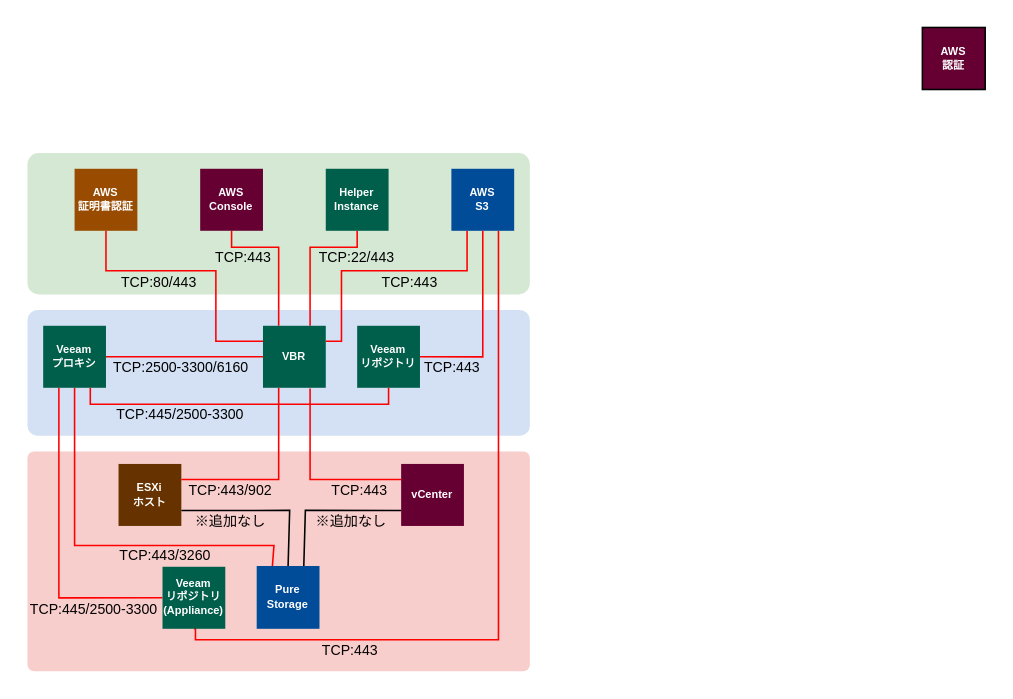
Earlier version of the draw.io diagram Veeam構成_20241112.drawio (reizo0901/drawio). Source tidied: cells renumbered, new cells numbered last; positions are measured from the earlier drawing's top-left corner, leaving out a move shared by most shapes. Both pictures are drawn from the tidied source at 157%, with x=0, y=0 at pixel (27, 27).
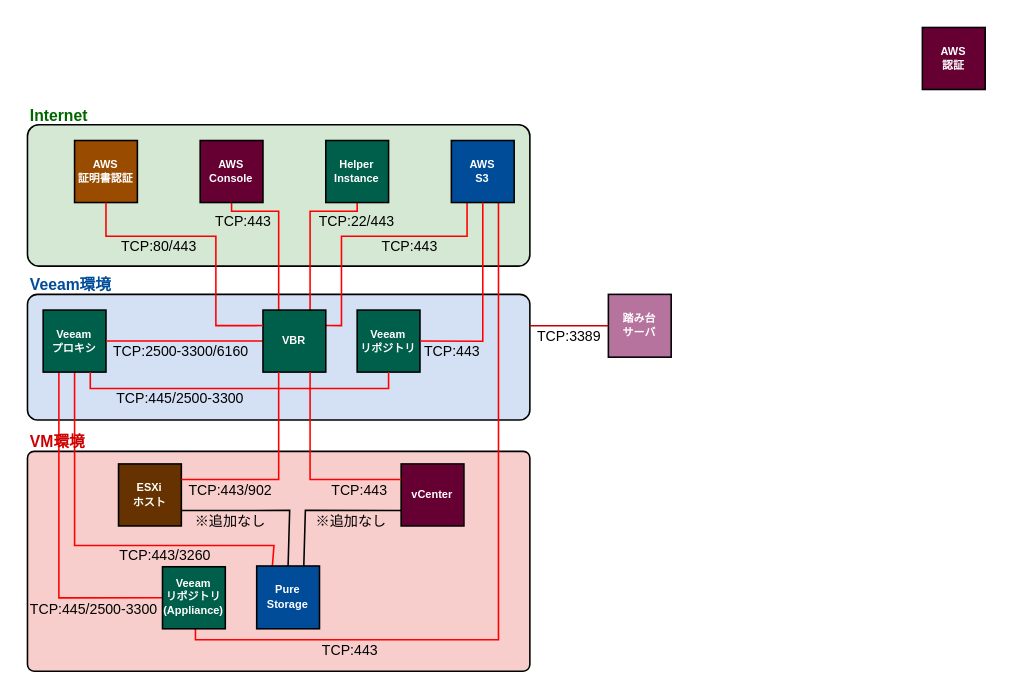
The same diagram, later.

Commit message:
Veeam構成_20241112.drawio を更新します

The edit, as a diff of the source:
```diff
@@
-    <mxCell id="2" style="rounded=1;whiteSpace=wrap;html=1;arcSize=3;fillColor=#F8CECC;strokeColor=none;" parent="1" vertex="1">
+    <mxCell id="2" style="rounded=1;whiteSpace=wrap;html=1;arcSize=3;fillColor=#F8CECC;strokeColor=default;" parent="1" vertex="1">
       <mxGeometry y="270" width="320" height="140" as="geometry" />
     </mxCell>
-    <mxCell id="3" style="rounded=1;whiteSpace=wrap;html=1;arcSize=8;fillColor=#D4E1F5;strokeColor=none;" parent="1" vertex="1">
-      <mxGeometry y="180" width="320" height="80" as="geometry" />
+    <mxCell id="3" style="rounded=1;whiteSpace=wrap;html=1;arcSize=8;fillColor=#D4E1F5;strokeColor=default;" parent="1" vertex="1">
+      <mxGeometry y="170" width="320" height="80" as="geometry" />
     </mxCell>
-    <mxCell id="4" style="rounded=1;whiteSpace=wrap;html=1;arcSize=8;strokeColor=none;fillColor=#D5E8D4;" parent="1" vertex="1">
-      <mxGeometry y="80" width="320" height="90" as="geometry" />
+    <mxCell id="4" style="rounded=1;whiteSpace=wrap;html=1;arcSize=8;strokeColor=default;fillColor=#D5E8D4;" parent="1" vertex="1">
+      <mxGeometry y="62" width="320" height="90" as="geometry" />
     </mxCell>
@@
-    <mxCell id="6" value="ESXi&lt;div&gt;ホスト&lt;/div&gt;" style="rounded=0;whiteSpace=wrap;html=1;fillColor=#663300;fontStyle=1;fontColor=#FFFFFF;fontSize=7;strokeWidth=1;strokeColor=none;" parent="1" vertex="1">
+    <mxCell id="6" value="ESXi&lt;div&gt;ホスト&lt;/div&gt;" style="rounded=0;whiteSpace=wrap;html=1;fillColor=#663300;fontStyle=1;fontColor=#FFFFFF;fontSize=7;strokeWidth=1;strokeColor=default;" parent="1" vertex="1">
       <mxGeometry x="58" y="278" width="40" height="39.5" as="geometry" />
     </mxCell>
@@
-    <mxCell id="9" value="&lt;b&gt;&lt;font style=&quot;color: rgb(255, 255, 255);&quot;&gt;Veeam&lt;/font&gt;&lt;/b&gt;&lt;div&gt;&lt;font color=&quot;#ffffff&quot;&gt;&lt;b&gt;プロキシ&lt;/b&gt;&lt;/font&gt;&lt;/div&gt;" style="rounded=0;whiteSpace=wrap;html=1;fillColor=light-dark(#005f4b, #ededed);fontSize=7;strokeWidth=1;strokeColor=none;" parent="1" vertex="1">
-      <mxGeometry x="10" y="190" width="40" height="39.5" as="geometry" />
+    <mxCell id="9" value="&lt;b&gt;&lt;font style=&quot;color: rgb(255, 255, 255);&quot;&gt;Veeam&lt;/font&gt;&lt;/b&gt;&lt;div&gt;&lt;font color=&quot;#ffffff&quot;&gt;&lt;b&gt;プロキシ&lt;/b&gt;&lt;/font&gt;&lt;/div&gt;" style="rounded=0;whiteSpace=wrap;html=1;fillColor=light-dark(#005f4b, #ededed);fontSize=7;strokeWidth=1;strokeColor=default;" parent="1" vertex="1">
+      <mxGeometry x="10" y="180" width="40" height="39.5" as="geometry" />
     </mxCell>
@@
-    <mxCell id="11" value="&lt;b&gt;&lt;font style=&quot;color: rgb(255, 255, 255);&quot;&gt;vCenter&lt;/font&gt;&lt;/b&gt;" style="rounded=0;whiteSpace=wrap;html=1;fillColor=light-dark(#660033,#EDEDED);fontSize=7;strokeWidth=1;strokeColor=none;" parent="1" vertex="1">
+    <mxCell id="11" value="&lt;b&gt;&lt;font style=&quot;color: rgb(255, 255, 255);&quot;&gt;vCenter&lt;/font&gt;&lt;/b&gt;" style="rounded=0;whiteSpace=wrap;html=1;fillColor=light-dark(#660033,#EDEDED);fontSize=7;strokeWidth=1;strokeColor=default;" parent="1" vertex="1">
       <mxGeometry x="238" y="278" width="40" height="39.5" as="geometry" />
     </mxCell>
     <mxCell id="12" style="edgeStyle=orthogonalEdgeStyle;rounded=0;jettySize=auto;html=1;exitX=1;exitY=0.25;exitDx=0;exitDy=0;entryX=0.25;entryY=1;entryDx=0;entryDy=0;endArrow=none;endFill=0;strokeWidth=1;strokeColor=#FF0000;" parent="1" edge="1" source="16" target="19">
       <mxGeometry relative="1" as="geometry">
         <Array as="points">
-          <mxPoint x="200" y="200" />
-          <mxPoint x="200" y="155" />
-          <mxPoint x="280" y="155" />
+          <mxPoint x="200" y="190" />
+          <mxPoint x="200" y="133" />
+          <mxPoint x="280" y="133" />
         </Array>
       </mxGeometry>
     </mxCell>
     <mxCell id="13" style="edgeStyle=orthogonalEdgeStyle;rounded=0;jettySize=auto;html=1;exitX=0.75;exitY=0;exitDx=0;exitDy=0;entryX=0.5;entryY=1;entryDx=0;entryDy=0;endArrow=none;endFill=0;strokeWidth=1;strokeColor=#FF0000;" parent="1" edge="1" source="16" target="21">
       <mxGeometry relative="1" as="geometry">
         <Array as="points">
-          <mxPoint x="180" y="140" />
-          <mxPoint x="210" y="140" />
+          <mxPoint x="180" y="117" />
+          <mxPoint x="210" y="117" />
         </Array>
       </mxGeometry>
     </mxCell>
     <mxCell id="14" style="edgeStyle=orthogonalEdgeStyle;rounded=0;jettySize=auto;html=1;exitX=0.25;exitY=0;exitDx=0;exitDy=0;entryX=0.5;entryY=1;entryDx=0;entryDy=0;endArrow=none;endFill=0;strokeWidth=1;strokeColor=#FF0000;" parent="1" edge="1" source="16" target="20">
       <mxGeometry relative="1" as="geometry">
         <Array as="points">
-          <mxPoint x="160" y="140" />
-          <mxPoint x="130" y="140" />
+          <mxPoint x="160" y="117" />
+          <mxPoint x="130" y="117" />
         </Array>
       </mxGeometry>
     </mxCell>
@@
-    <mxCell id="16" value="&lt;b&gt;&lt;font style=&quot;color: rgb(255, 255, 255);&quot;&gt;VBR&lt;/font&gt;&lt;/b&gt;" style="rounded=0;whiteSpace=wrap;html=1;fillColor=light-dark(#005f4b, #ededed);fontSize=7;strokeWidth=1;strokeColor=none;" parent="1" vertex="1">
-      <mxGeometry x="150" y="190" width="40" height="39.5" as="geometry" />
+    <mxCell id="16" value="&lt;b&gt;&lt;font style=&quot;color: rgb(255, 255, 255);&quot;&gt;VBR&lt;/font&gt;&lt;/b&gt;" style="rounded=0;whiteSpace=wrap;html=1;fillColor=light-dark(#005f4b, #ededed);fontSize=7;strokeWidth=1;strokeColor=default;" parent="1" vertex="1">
+      <mxGeometry x="150" y="180" width="40" height="39.5" as="geometry" />
     </mxCell>
@@
-    <mxCell id="18" value="&lt;div&gt;&lt;font color=&quot;#ffffff&quot;&gt;&lt;b&gt;Veeam&lt;/b&gt;&lt;/font&gt;&lt;/div&gt;&lt;div&gt;&lt;font color=&quot;#ffffff&quot;&gt;&lt;b&gt;リポジトリ&lt;/b&gt;&lt;/font&gt;&lt;/div&gt;&lt;div&gt;&lt;font color=&quot;#ffffff&quot;&gt;&lt;b&gt;(Appliance)&lt;/b&gt;&lt;/font&gt;&lt;/div&gt;" style="rounded=0;whiteSpace=wrap;html=1;fillColor=light-dark(#005f4b, #ededed);fontSize=7;strokeWidth=1;strokeColor=none;" parent="1" vertex="1">
+    <mxCell id="18" value="&lt;div&gt;&lt;font color=&quot;#ffffff&quot;&gt;&lt;b&gt;Veeam&lt;/b&gt;&lt;/font&gt;&lt;/div&gt;&lt;div&gt;&lt;font color=&quot;#ffffff&quot;&gt;&lt;b&gt;リポジトリ&lt;/b&gt;&lt;/font&gt;&lt;/div&gt;&lt;div&gt;&lt;font color=&quot;#ffffff&quot;&gt;&lt;b&gt;(Appliance)&lt;/b&gt;&lt;/font&gt;&lt;/div&gt;" style="rounded=0;whiteSpace=wrap;html=1;fillColor=light-dark(#005f4b, #ededed);fontSize=7;strokeWidth=1;strokeColor=default;" parent="1" vertex="1">
       <mxGeometry x="86" y="343.5" width="40" height="39.5" as="geometry" />
     </mxCell>
-    <mxCell id="19" value="&lt;font color=&quot;#ffffff&quot;&gt;&lt;b&gt;AWS&lt;/b&gt;&lt;/font&gt;&lt;div&gt;&lt;font color=&quot;#ffffff&quot;&gt;&lt;b&gt;S3&lt;/b&gt;&lt;/font&gt;&lt;/div&gt;" style="rounded=0;whiteSpace=wrap;html=1;fillColor=light-dark(#004c99, #EDEDED);fontSize=7;strokeWidth=1;strokeColor=none;" parent="1" vertex="1">
-      <mxGeometry x="270" y="90" width="40" height="39.5" as="geometry" />
+    <mxCell id="19" value="&lt;font color=&quot;#ffffff&quot;&gt;&lt;b&gt;AWS&lt;/b&gt;&lt;/font&gt;&lt;div&gt;&lt;font color=&quot;#ffffff&quot;&gt;&lt;b&gt;S3&lt;/b&gt;&lt;/font&gt;&lt;/div&gt;" style="rounded=0;whiteSpace=wrap;html=1;fillColor=light-dark(#004c99, #EDEDED);fontSize=7;strokeWidth=1;strokeColor=default;" parent="1" vertex="1">
+      <mxGeometry x="270" y="72" width="40" height="39.5" as="geometry" />
     </mxCell>
-    <mxCell id="20" value="&lt;font color=&quot;#ffffff&quot;&gt;&lt;b&gt;AWS&lt;/b&gt;&lt;/font&gt;&lt;div&gt;&lt;font color=&quot;#ffffff&quot;&gt;&lt;b&gt;Console&lt;/b&gt;&lt;/font&gt;&lt;/div&gt;" style="rounded=0;whiteSpace=wrap;html=1;fillColor=light-dark(#660033,#EDEDED);fontSize=7;strokeWidth=1;strokeColor=none;" parent="1" vertex="1">
-      <mxGeometry x="110" y="90" width="40" height="39.5" as="geometry" />
+    <mxCell id="20" value="&lt;font color=&quot;#ffffff&quot;&gt;&lt;b&gt;AWS&lt;/b&gt;&lt;/font&gt;&lt;div&gt;&lt;font color=&quot;#ffffff&quot;&gt;&lt;b&gt;Console&lt;/b&gt;&lt;/font&gt;&lt;/div&gt;" style="rounded=0;whiteSpace=wrap;html=1;fillColor=light-dark(#660033,#EDEDED);fontSize=7;strokeWidth=1;strokeColor=default;" parent="1" vertex="1">
+      <mxGeometry x="110" y="72" width="40" height="39.5" as="geometry" />
     </mxCell>
-    <mxCell id="21" value="&lt;font color=&quot;#ffffff&quot;&gt;&lt;b&gt;Helper&lt;/b&gt;&lt;/font&gt;&lt;div&gt;&lt;font color=&quot;#ffffff&quot;&gt;&lt;b&gt;Instance&lt;/b&gt;&lt;/font&gt;&lt;/div&gt;" style="rounded=0;whiteSpace=wrap;html=1;fillColor=light-dark(#005f4b, #ededed);fontSize=7;strokeWidth=1;strokeColor=none;" parent="1" vertex="1">
-      <mxGeometry x="190" y="90" width="40" height="39.5" as="geometry" />
+    <mxCell id="21" value="&lt;font color=&quot;#ffffff&quot;&gt;&lt;b&gt;Helper&lt;/b&gt;&lt;/font&gt;&lt;div&gt;&lt;font color=&quot;#ffffff&quot;&gt;&lt;b&gt;Instance&lt;/b&gt;&lt;/font&gt;&lt;/div&gt;" style="rounded=0;whiteSpace=wrap;html=1;fillColor=light-dark(#005f4b, #ededed);fontSize=7;strokeWidth=1;strokeColor=default;" parent="1" vertex="1">
+      <mxGeometry x="190" y="72" width="40" height="39.5" as="geometry" />
     </mxCell>
@@
-    <mxCell id="23" value="&lt;font color=&quot;#ffffff&quot;&gt;&lt;b&gt;AWS&lt;br&gt;&lt;/b&gt;&lt;/font&gt;&lt;div&gt;&lt;font color=&quot;#ffffff&quot;&gt;&lt;b&gt;証明書認証&lt;/b&gt;&lt;/font&gt;&lt;/div&gt;" style="rounded=0;whiteSpace=wrap;html=1;fillColor=light-dark(#994C00,#EDEDED);fontSize=7;strokeWidth=1;strokeColor=none;" parent="1" vertex="1">
-      <mxGeometry x="30" y="90" width="40" height="39.5" as="geometry" />
+    <mxCell id="23" value="&lt;font color=&quot;#ffffff&quot;&gt;&lt;b&gt;AWS&lt;br&gt;&lt;/b&gt;&lt;/font&gt;&lt;div&gt;&lt;font color=&quot;#ffffff&quot;&gt;&lt;b&gt;証明書認証&lt;/b&gt;&lt;/font&gt;&lt;/div&gt;" style="rounded=0;whiteSpace=wrap;html=1;fillColor=light-dark(#994C00,#EDEDED);fontSize=7;strokeWidth=1;strokeColor=default;" parent="1" vertex="1">
+      <mxGeometry x="30" y="72" width="40" height="39.5" as="geometry" />
     </mxCell>
-    <mxCell id="24" value="Pure Storage" style="rounded=0;whiteSpace=wrap;html=1;fontStyle=1;strokeColor=none;fillColor=#004C99;fontColor=light-dark(#ffffff, #ededed);fontSize=7;strokeWidth=0;" parent="1" vertex="1">
+    <mxCell id="24" value="Pure Storage" style="rounded=0;whiteSpace=wrap;html=1;fontStyle=1;strokeColor=default;fillColor=#004C99;fontColor=light-dark(#ffffff, #ededed);fontSize=7;strokeWidth=1;" parent="1" vertex="1">
       <mxGeometry x="146" y="343" width="40" height="40" as="geometry" />
     </mxCell>
-    <mxCell id="25" value="&lt;b&gt;&lt;font style=&quot;color: rgb(255, 255, 255);&quot;&gt;Veeam&lt;/font&gt;&lt;/b&gt;&lt;div&gt;&lt;font color=&quot;#ffffff&quot;&gt;&lt;b&gt;リポジトリ&lt;/b&gt;&lt;/font&gt;&lt;/div&gt;" style="rounded=0;whiteSpace=wrap;html=1;fillColor=light-dark(#005f4b, #ededed);fontSize=7;strokeWidth=1;strokeColor=none;" parent="1" vertex="1">
-      <mxGeometry x="210" y="190" width="40" height="39.5" as="geometry" />
+    <mxCell id="25" value="&lt;b&gt;&lt;font style=&quot;color: rgb(255, 255, 255);&quot;&gt;Veeam&lt;/font&gt;&lt;/b&gt;&lt;div&gt;&lt;font color=&quot;#ffffff&quot;&gt;&lt;b&gt;リポジトリ&lt;/b&gt;&lt;/font&gt;&lt;/div&gt;" style="rounded=0;whiteSpace=wrap;html=1;fillColor=light-dark(#005f4b, #ededed);fontSize=7;strokeWidth=1;strokeColor=default;" parent="1" vertex="1">
+      <mxGeometry x="210" y="180" width="40" height="39.5" as="geometry" />
     </mxCell>
     <mxCell id="26" style="edgeStyle=orthogonalEdgeStyle;rounded=0;jettySize=auto;html=1;exitX=0;exitY=0.25;exitDx=0;exitDy=0;entryX=0.5;entryY=1;entryDx=0;entryDy=0;endArrow=none;endFill=0;strokeWidth=1;strokeColor=#FF0000;" parent="1" edge="1" source="16" target="23">
       <mxGeometry relative="1" as="geometry">
         <Array as="points">
-          <mxPoint x="120" y="200" />
-          <mxPoint x="120" y="155" />
-          <mxPoint x="50" y="155" />
+          <mxPoint x="120" y="190" />
+          <mxPoint x="120" y="133" />
+          <mxPoint x="50" y="133" />
         </Array>
       </mxGeometry>
     </mxCell>
@@
     <mxCell id="31" value="TCP:22/&lt;span style=&quot;background-color: transparent; color: light-dark(rgb(0, 0, 0), rgb(255, 255, 255));&quot;&gt;443&lt;/span&gt;" style="text;html=1;align=left;verticalAlign=middle;whiteSpace=wrap;rounded=0;fontSize=9;fontStyle=0;" parent="1" vertex="1">
-      <mxGeometry x="184" y="142" width="60" height="10" as="geometry" />
+      <mxGeometry x="184" y="119" width="60" height="10" as="geometry" />
     </mxCell>
     <mxCell id="32" value="TCP:443" style="text;html=1;align=left;verticalAlign=middle;whiteSpace=wrap;rounded=0;fontSize=9;fontStyle=0;" parent="1" vertex="1">
-      <mxGeometry x="118" y="142" width="40" height="10" as="geometry" />
+      <mxGeometry x="118" y="119" width="40" height="10" as="geometry" />
     </mxCell>
     <mxCell id="33" value="TCP:80/&lt;span style=&quot;background-color: transparent; color: light-dark(rgb(0, 0, 0), rgb(255, 255, 255));&quot;&gt;443&lt;/span&gt;" style="text;html=1;align=left;verticalAlign=middle;whiteSpace=wrap;rounded=0;fontSize=9;fontStyle=0;" parent="1" vertex="1">
-      <mxGeometry x="58" y="158" width="54" height="10" as="geometry" />
+      <mxGeometry x="58" y="135" width="54" height="10" as="geometry" />
     </mxCell>
     <mxCell id="34" value="TCP:443" style="text;html=1;align=left;verticalAlign=middle;whiteSpace=wrap;rounded=0;fontSize=9;fontStyle=0;" parent="1" vertex="1">
-      <mxGeometry x="224" y="158" width="40" height="10" as="geometry" />
+      <mxGeometry x="224" y="135" width="40" height="10" as="geometry" />
     </mxCell>
     <mxCell id="35" value="TCP:&lt;span style=&quot;background-color: transparent; color: light-dark(rgb(0, 0, 0), rgb(255, 255, 255));&quot;&gt;2500-3300/&lt;/span&gt;&lt;span style=&quot;background-color: transparent; color: light-dark(rgb(0, 0, 0), rgb(255, 255, 255));&quot;&gt;6160&lt;/span&gt;" style="text;html=1;align=center;verticalAlign=middle;whiteSpace=wrap;rounded=0;fontSize=9;fontStyle=0;" parent="1" vertex="1">
-      <mxGeometry x="48" y="206.8" width="100" height="19.8" as="geometry" />
+      <mxGeometry x="48" y="196.8" width="100" height="19.8" as="geometry" />
     </mxCell>
@@
     <mxCell id="37" style="edgeStyle=orthogonalEdgeStyle;rounded=0;jettySize=auto;html=1;exitX=1;exitY=0.5;exitDx=0;exitDy=0;entryX=0.5;entryY=1;entryDx=0;entryDy=0;endArrow=none;endFill=0;strokeWidth=1;strokeColor=#FF0000;" parent="1" edge="1" source="25" target="19">
       <mxGeometry relative="1" as="geometry">
         <Array as="points">
-          <mxPoint x="290" y="210" />
+          <mxPoint x="290" y="200" />
         </Array>
       </mxGeometry>
     </mxCell>
     <mxCell id="38" value="TCP:443" style="text;html=1;align=left;verticalAlign=middle;whiteSpace=wrap;rounded=0;fontSize=9;fontStyle=0;" parent="1" vertex="1">
-      <mxGeometry x="251" y="211.5" width="40" height="10" as="geometry" />
+      <mxGeometry x="251" y="201.5" width="40" height="10" as="geometry" />
     </mxCell>
     <mxCell id="39" style="edgeStyle=orthogonalEdgeStyle;rounded=0;jettySize=auto;html=1;entryX=0.5;entryY=1;entryDx=0;entryDy=0;endArrow=none;endFill=0;strokeWidth=1;strokeColor=#FF0000;" parent="1" edge="1" source="9" target="25">
       <mxGeometry relative="1" as="geometry">
         <Array as="points">
-          <mxPoint x="40" y="240" />
-          <mxPoint x="230" y="240" />
+          <mxPoint x="40" y="230" />
+          <mxPoint x="230" y="230" />
         </Array>
       </mxGeometry>
     </mxCell>
     <mxCell id="40" value="TCP:445/&lt;span style=&quot;background-color: transparent; color: light-dark(rgb(0, 0, 0), rgb(255, 255, 255));&quot;&gt;2500-3300&lt;/span&gt;" style="text;html=1;align=left;verticalAlign=middle;whiteSpace=wrap;rounded=0;fontSize=9;fontStyle=0;" parent="1" vertex="1">
-      <mxGeometry x="55" y="237.2" width="88" height="19.8" as="geometry" />
+      <mxGeometry x="55" y="227.2" width="88" height="19.8" as="geometry" />
     </mxCell>
@@
-    <mxCell id="42" style="edgeStyle=orthogonalEdgeStyle;rounded=0;jettySize=auto;html=1;endArrow=none;endFill=0;strokeWidth=1;strokeColor=#FF0000;exitX=0;exitY=0.25;exitDx=0;exitDy=0;" parent="1" edge="1" source="11">
+    <mxCell id="42" style="edgeStyle=orthogonalEdgeStyle;rounded=0;jettySize=auto;html=1;endArrow=none;endFill=0;strokeWidth=1;strokeColor=#FF0000;exitX=0;exitY=0.25;exitDx=0;exitDy=0;entryX=0.75;entryY=1;entryDx=0;entryDy=0;" parent="1" edge="1" source="11" target="16">
       <mxGeometry relative="1" as="geometry">
-        <mxPoint x="180" y="230" as="targetPoint" />
         <Array as="points">
           <mxPoint x="180" y="288" />
         </Array>
       </mxGeometry>
     </mxCell>
@@
+    <mxCell id="45" value="&lt;font color=&quot;#ffffff&quot;&gt;&lt;b&gt;踏み台&lt;/b&gt;&lt;/font&gt;&lt;div&gt;&lt;font color=&quot;#ffffff&quot;&gt;&lt;b&gt;サーバ&lt;/b&gt;&lt;/font&gt;&lt;/div&gt;" style="rounded=0;whiteSpace=wrap;html=1;fillColor=light-dark(#B5739D,#EDEDED);fontSize=7;strokeWidth=1;strokeColor=default;" parent="1" vertex="1">
+      <mxGeometry x="370" y="170" width="40" height="40" as="geometry" />
+    </mxCell>
+    <mxCell id="46" style="endArrow=none;html=1;rounded=0;entryX=0;entryY=0.5;entryDx=0;entryDy=0;exitX=1;exitY=0.25;exitDx=0;exitDy=0;strokeColor=#CC0000;" parent="1" edge="1" source="3" target="45">
+      <mxGeometry relative="1" as="geometry" />
+    </mxCell>
+    <mxCell id="47" value="TCP:3389" style="text;html=1;align=left;verticalAlign=middle;whiteSpace=wrap;rounded=0;fontSize=9;fontStyle=0;" parent="1" vertex="1">
+      <mxGeometry x="323" y="191.5" width="40" height="10" as="geometry" />
+    </mxCell>
+    <mxCell id="48" value="Internet" style="text;html=1;align=left;verticalAlign=middle;whiteSpace=wrap;rounded=0;fontSize=10;fontStyle=1;fontColor=#006600;" parent="1" vertex="1">
+      <mxGeometry y="50" width="60" height="12" as="geometry" />
+    </mxCell>
+    <mxCell id="49" value="Veeam環境" style="text;html=1;align=left;verticalAlign=middle;whiteSpace=wrap;rounded=0;fontSize=10;fontStyle=1;fontColor=#004C99;" parent="1" vertex="1">
+      <mxGeometry y="158" width="80" height="12" as="geometry" />
+    </mxCell>
+    <mxCell id="50" value="VM環境" style="text;html=1;align=left;verticalAlign=middle;whiteSpace=wrap;rounded=0;fontSize=10;fontStyle=1;fontColor=#CC0000;" parent="1" vertex="1">
+      <mxGeometry y="258" width="80" height="12" as="geometry" />
+    </mxCell>
```
